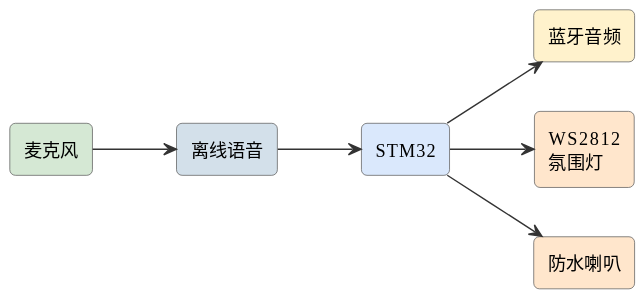
The PlantUML diagram assets/diagrams/ideas-fig8.svg in mingyi0818/IntelligentMcuCourse, before a commit. The source it was exported from:
```plantuml
@startuml
skinparam defaultFontName "Microsoft YaHei"
skinparam rectangleRoundCorner 8
skinparam rectangleBorderColor #555
skinparam rectangleFontSize 13
skinparam arrowFontSize 11
skinparam arrowColor #333
left to right direction
rectangle "麦克风" as mic #d5e8d4
rectangle "离线语音" as asr #d3e0ea
rectangle "STM32" as stm #dae8fc
rectangle "蓝牙音频" as bt #fff2cc
rectangle "WS2812\n氛围灯" as led #ffe6cc
rectangle "防水喇叭" as spk #ffe6cc
mic --> asr
asr --> stm
stm --> bt
stm --> led
stm --> spk
@enduml
```
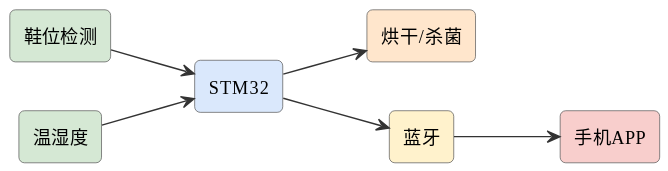
After the change.

What changed in the source:
```diff
@@ -6,15 +6,15 @@
 skinparam arrowFontSize 11
 skinparam arrowColor #333
 left to right direction
-rectangle "麦克风" as mic #d5e8d4
-rectangle "离线语音" as asr #d3e0ea
+rectangle "鞋位检测" as shoe #d5e8d4
 rectangle "STM32" as stm #dae8fc
-rectangle "蓝牙音频" as bt #fff2cc
-rectangle "WS2812\n氛围灯" as led #ffe6cc
-rectangle "防水喇叭" as spk #ffe6cc
-mic --> asr
-asr --> stm
+rectangle "烘干/杀菌" as dry #ffe6cc
+rectangle "温湿度" as th #d5e8d4
+rectangle "蓝牙" as bt #fff2cc
+rectangle "手机APP" as app #f8cecc
+shoe --> stm
+stm --> dry
+th --> stm
 stm --> bt
-stm --> led
-stm --> spk
+bt --> app
 @enduml
```
